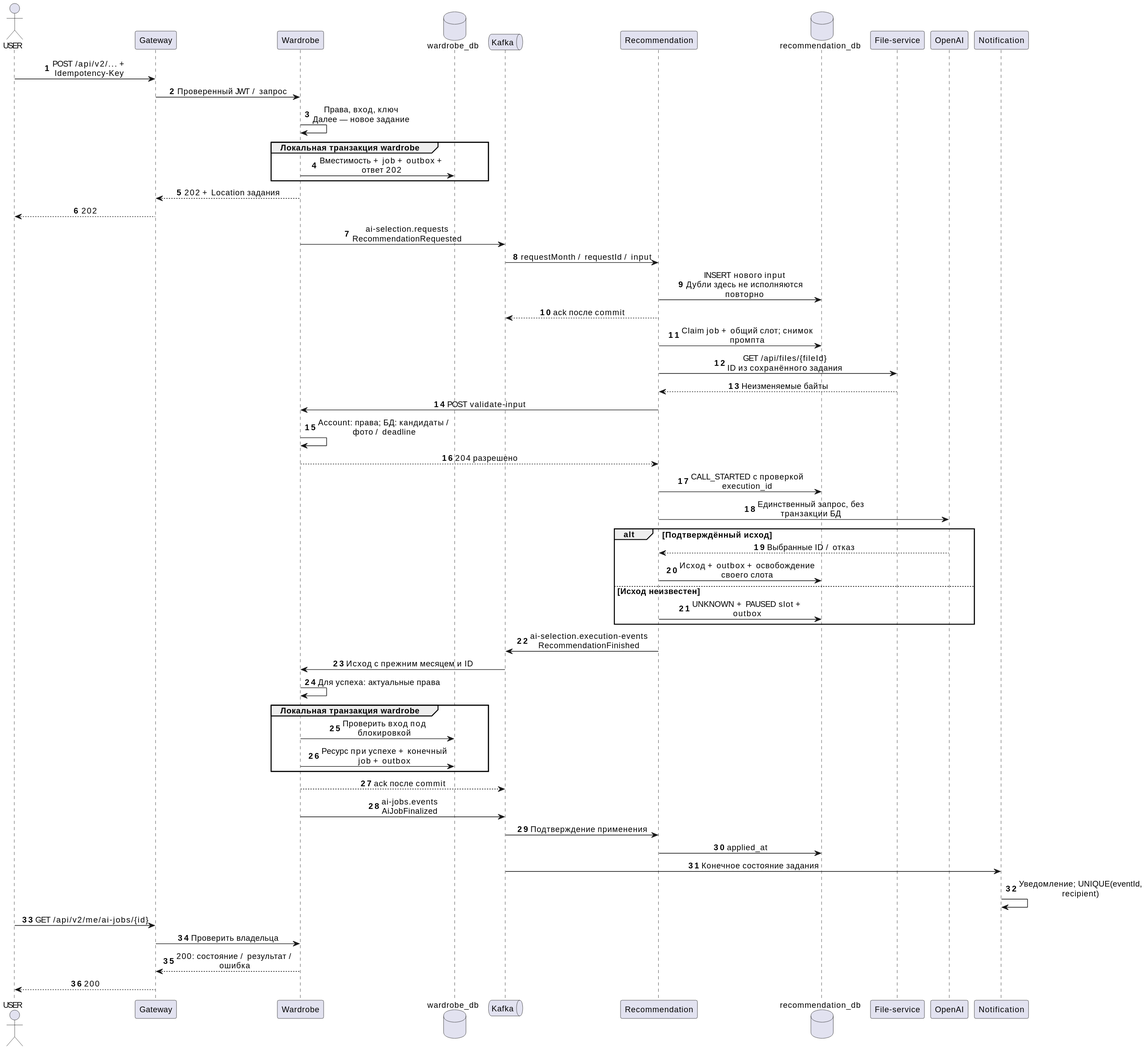
Before: docs/lab4/diagrams/ai-selection.svg, a diagram exported from PlantUML (SimeonGor/clothes-advisor).
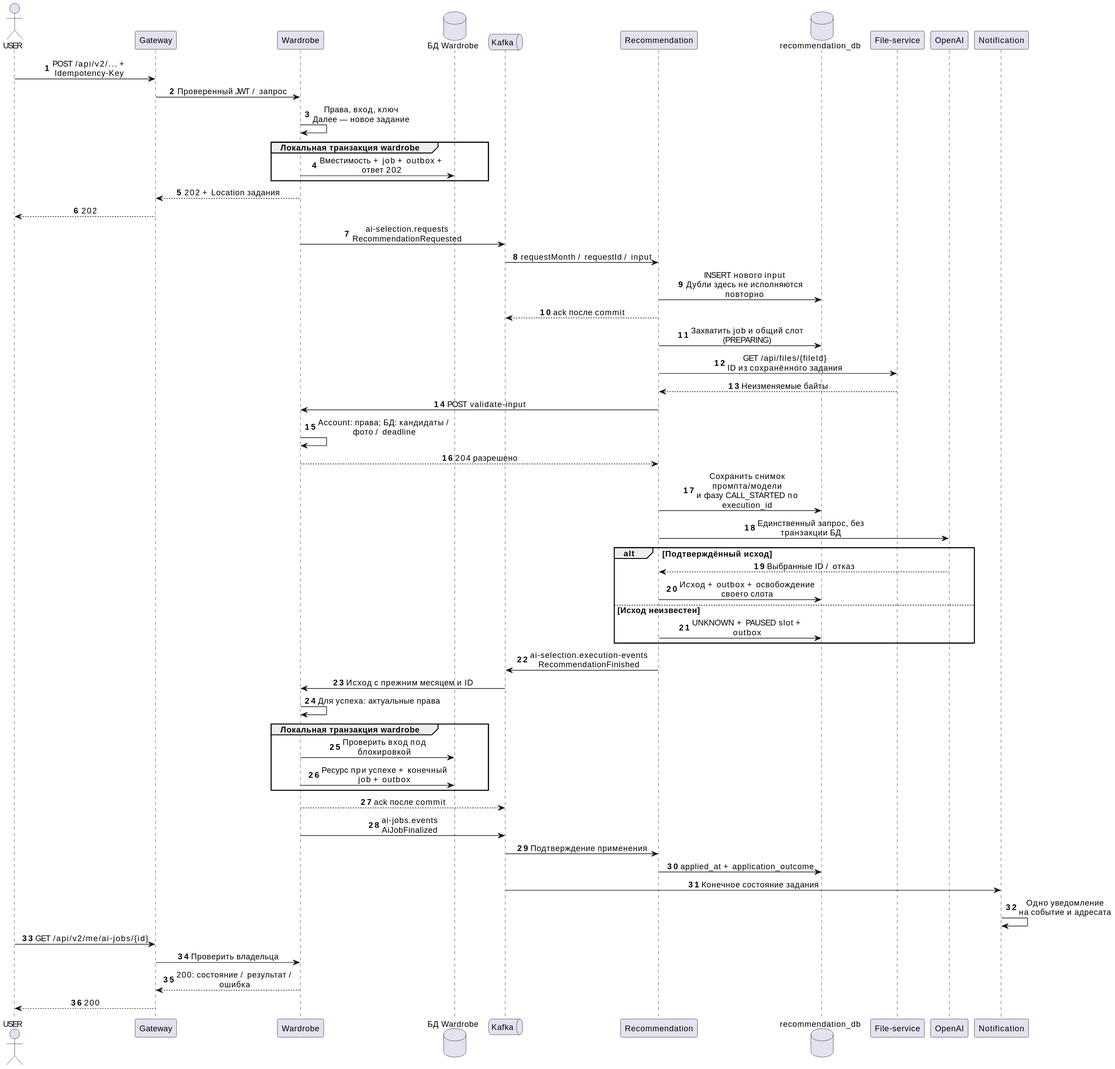
Above is the later version.

Change to the diagram source:
```diff
@@ -9,7 +9,7 @@
 actor "USER" as user
 participant "Gateway" as gw
 participant "Wardrobe" as w
-database "wardrobe_db" as wd
+database "БД Wardrobe" as wd
 queue "Kafka" as k
 participant "Recommendation" as r
 database "recommendation_db" as rd
@@ -28,13 +28,13 @@
 k -> r : requestMonth / requestId / input
 r -> rd : INSERT нового input\nДубли здесь не исполняются повторно
 r --> k : ack после commit
-r -> rd : Claim job + общий слот; снимок промпта
+r -> rd : Захватить job и общий слот (PREPARING)
 r -> f : GET /api/files/{fileId}\nID из сохранённого задания
 f --> r : Неизменяемые байты
 r -> w : POST validate-input
 w -> w : Account: права; БД: кандидаты / фото / deadline
 w --> r : 204 разрешено
-r -> rd : CALL_STARTED с проверкой execution_id
+r -> rd : Сохранить снимок промпта/модели\nи фазу CALL_STARTED по execution_id
 r -> ai : Единственный запрос, без транзакции БД
 alt Подтверждённый исход
   ai --> r : Выбранные ID / отказ
@@ -52,9 +52,9 @@
 w --> k : ack после commit
 w -> k : ai-jobs.events\nAiJobFinalized
 k -> r : Подтверждение применения
-r -> rd : applied_at
+r -> rd : applied_at + application_outcome
 k -> n : Конечное состояние задания
-n -> n : Уведомление; UNIQUE(eventId, recipient)
+n -> n : Одно уведомление\nна событие и адресата
 user -> gw : GET /api/v2/me/ai-jobs/{id}
 gw -> w : Проверить владельца
 w --> gw : 200: состояние / результат / ошибка
```
